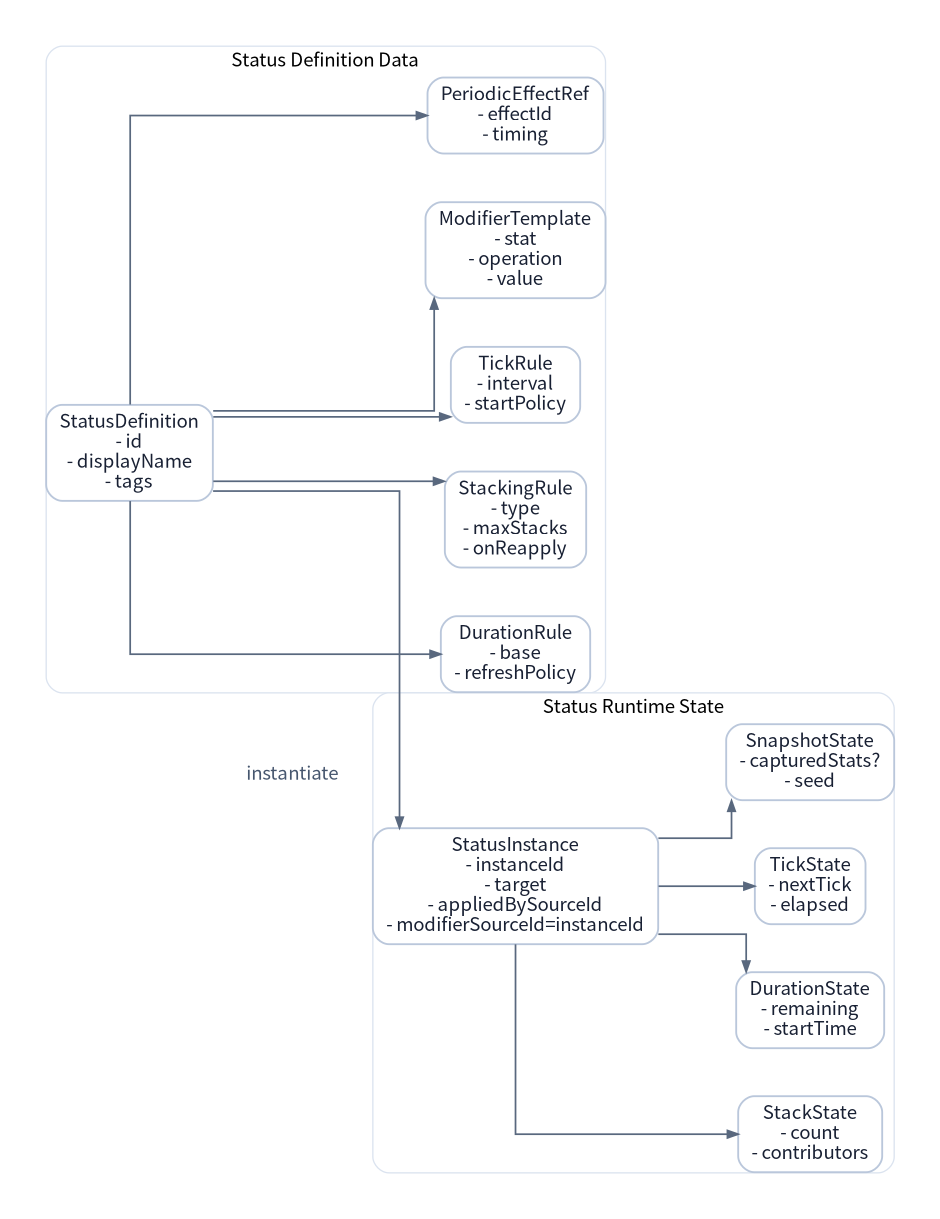
Above: assets/diagrams/30_status_data_model_diagram.png in JY-LemongO/game-system-framework-knowledge-site (Graphviz), before the change. Its source is kept beside it as source/diagrams/30_status_data_model_diagram.dot.
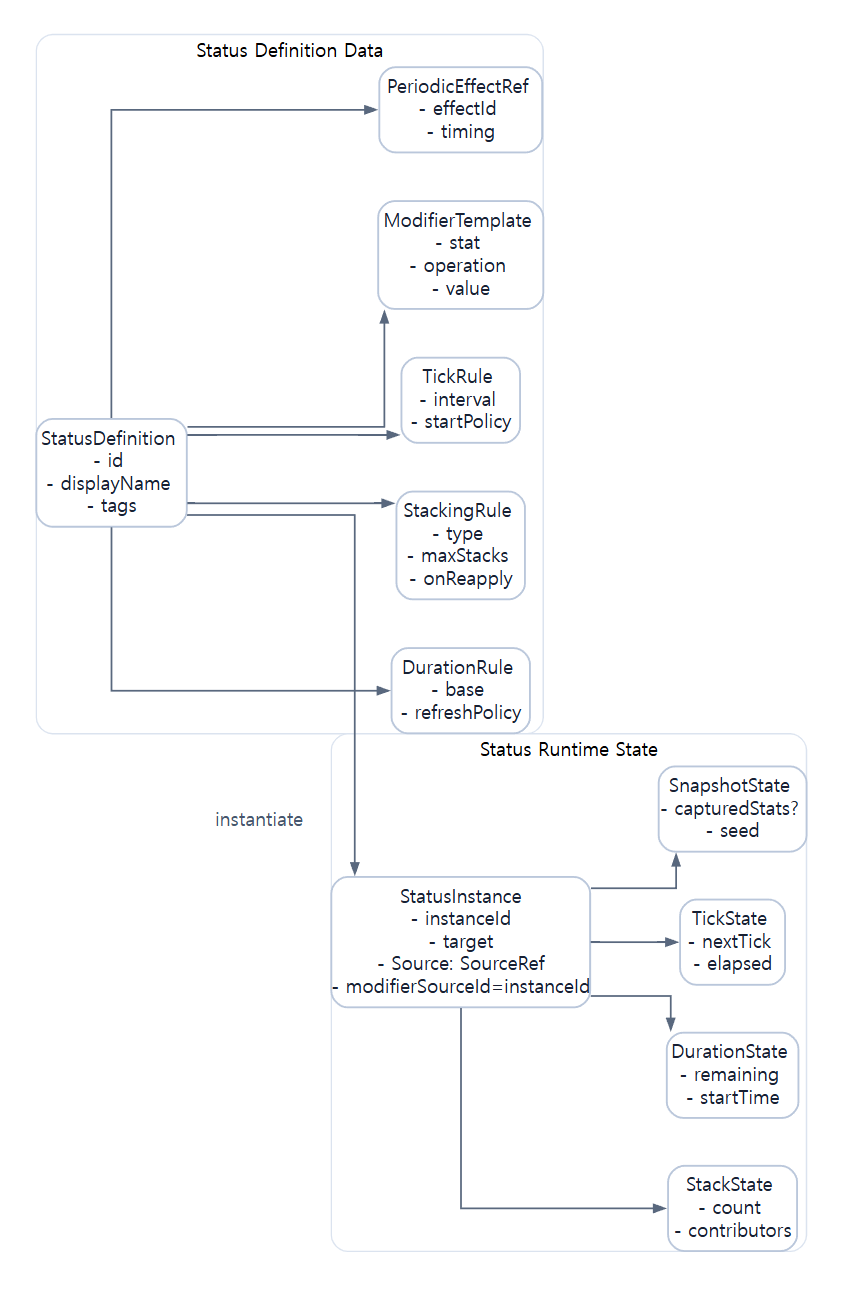
Above is the later version.

The edit, as a diff of the source:
```diff
@@ -30,7 +30,7 @@
     StatusInstance [label="StatusInstance
 - instanceId
 - target
-- appliedBySourceId
+- Source: SourceRef
 - modifierSourceId=instanceId"];
     StackState [label="StackState
 - count
```
